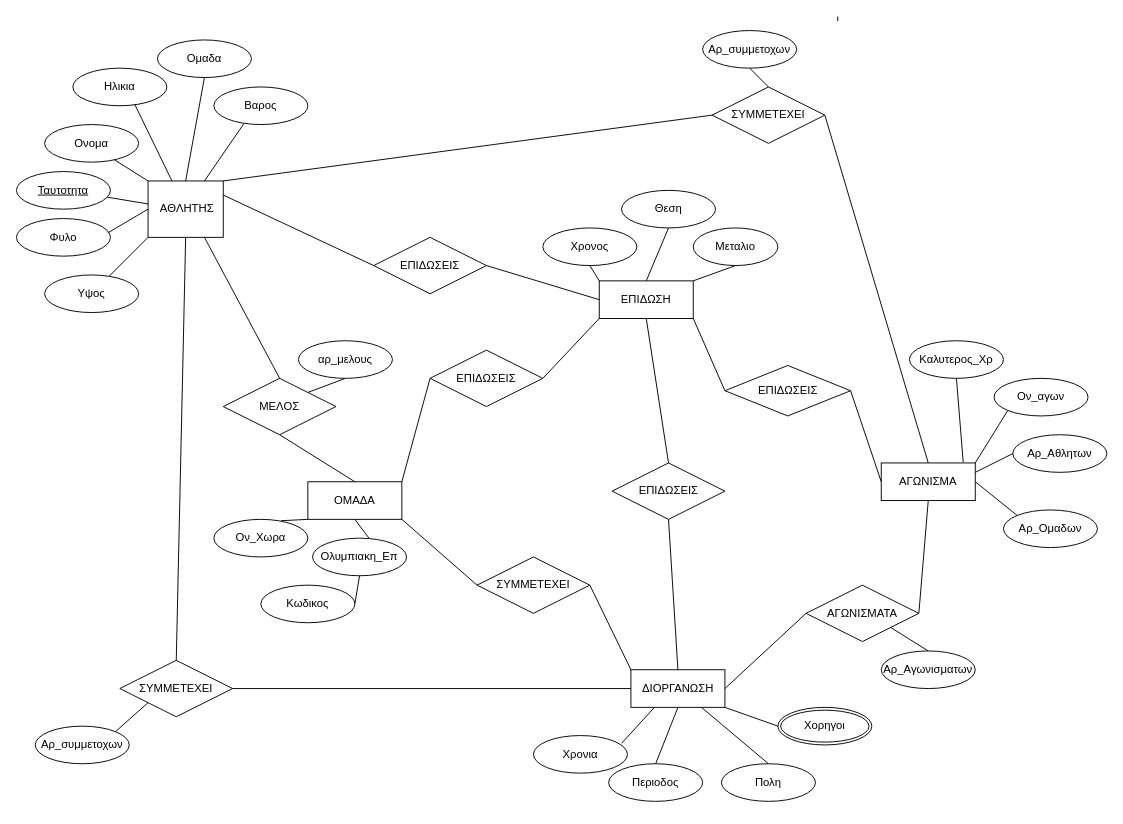
Before: OS-DatabasesProject.drawio in SpyrosGew/Olympic_Games-DBProject, a draw.io diagram. Source tidied: cells renumbered, new cells numbered last; positions are measured from the earlier drawing's top-left corner, leaving out a move shared by most shapes. Both pictures are drawn from the tidied source at 94%, with x=0, y=0 at pixel (16, 16).
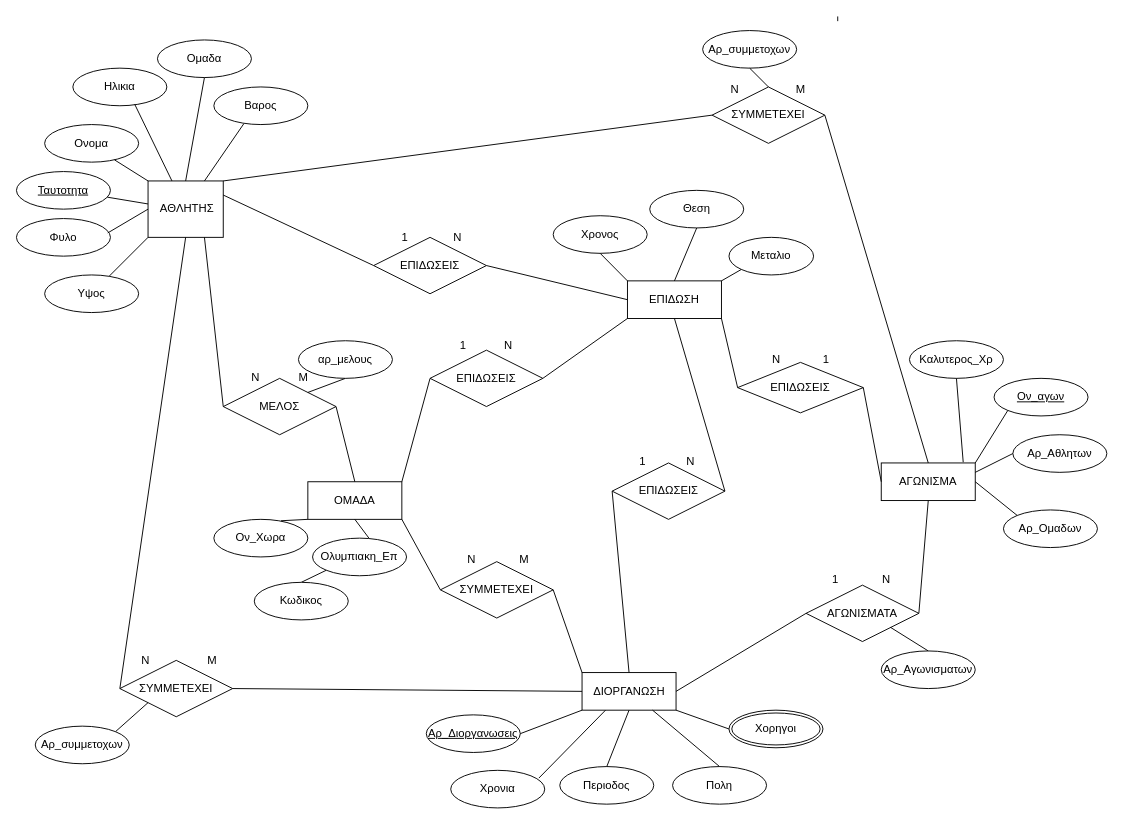
The same page after the edit.

Unchanged cells that the change refers to:
```xml
<mxCell id="2" value="&amp;nbsp;AΘΛΗΤΗΣ" style="rounded=0;whiteSpace=wrap;html=1;" parent="1" vertex="1">
  <mxGeometry x="140" y="175" width="80" height="60" as="geometry" />
</mxCell>
<mxCell id="17" value="ΣΥΜΜΕΤΕΧΕΙ" style="shape=rhombus;perimeter=rhombusPerimeter;whiteSpace=wrap;html=1;align=center;" parent="1" vertex="1">
  <mxGeometry x="110" y="685" width="120" height="60" as="geometry" />
</mxCell>
<mxCell id="18" value="ΜΕΛΟΣ" style="shape=rhombus;perimeter=rhombusPerimeter;whiteSpace=wrap;html=1;align=center;" parent="1" vertex="1">
  <mxGeometry x="220" y="385" width="120" height="60" as="geometry" />
</mxCell>
<mxCell id="23" value="ΟΜΑΔΑ" style="whiteSpace=wrap;html=1;align=center;" parent="1" vertex="1">
  <mxGeometry x="310" y="495" width="100" height="40" as="geometry" />
</mxCell>
<mxCell id="27" value="Ολυμπιακη_Επ" style="ellipse;whiteSpace=wrap;html=1;align=center;" parent="1" vertex="1">
  <mxGeometry x="315" y="555" width="100" height="40" as="geometry" />
</mxCell>
<mxCell id="59" value="ΕΠΙΔΩΣΕΙΣ" style="shape=rhombus;perimeter=rhombusPerimeter;whiteSpace=wrap;html=1;align=center;" parent="1" vertex="1">
  <mxGeometry x="633.7" y="475" width="120" height="60" as="geometry" />
</mxCell>
```

Change to the diagram source:
```diff
@@
-    <mxCell id="20" style="endArrow=none;html=1;rounded=0;entryX=0.75;entryY=1;entryDx=0;entryDy=0;exitX=0.5;exitY=0;exitDx=0;exitDy=0;" parent="1" edge="1" source="18" target="2">
+    <mxCell id="20" style="endArrow=none;html=1;rounded=0;entryX=0.75;entryY=1;entryDx=0;entryDy=0;exitX=0;exitY=0.5;exitDx=0;exitDy=0;" parent="1" edge="1" source="18" target="2">
       <mxGeometry relative="1" as="geometry" />
     </mxCell>
-    <mxCell id="21" style="endArrow=none;html=1;rounded=0;entryX=0.5;entryY=1;entryDx=0;entryDy=0;exitX=0.5;exitY=0;exitDx=0;exitDy=0;" parent="1" edge="1" source="17" target="2">
+    <mxCell id="21" style="endArrow=none;html=1;rounded=0;entryX=0.5;entryY=1;entryDx=0;entryDy=0;exitX=0;exitY=0.5;exitDx=0;exitDy=0;" parent="1" edge="1" source="17" target="2">
       <mxGeometry relative="1" as="geometry" />
     </mxCell>
@@
-    <mxCell id="24" style="endArrow=none;html=1;rounded=0;entryX=0.5;entryY=1;entryDx=0;entryDy=0;exitX=0.5;exitY=0;exitDx=0;exitDy=0;" parent="1" edge="1" source="23" target="18">
+    <mxCell id="24" style="endArrow=none;html=1;rounded=0;entryX=1;entryY=0.5;entryDx=0;entryDy=0;exitX=0.5;exitY=0;exitDx=0;exitDy=0;" parent="1" edge="1" source="23" target="18">
       <mxGeometry relative="1" as="geometry" />
     </mxCell>
@@
     <mxCell id="29" value="ΔΙΟΡΓΑΝΩΣΗ" style="whiteSpace=wrap;html=1;align=center;" parent="1" vertex="1">
-      <mxGeometry x="653.7" y="695" width="100" height="40" as="geometry" />
+      <mxGeometry x="601.7" y="698" width="100" height="40" as="geometry" />
     </mxCell>
     <mxCell id="30" value="ΣΥΜΜΕΤΕΧΕΙ" style="shape=rhombus;perimeter=rhombusPerimeter;whiteSpace=wrap;html=1;align=center;" parent="1" vertex="1">
-      <mxGeometry x="490" y="575" width="120" height="60" as="geometry" />
+      <mxGeometry x="451" y="580" width="120" height="60" as="geometry" />
     </mxCell>
@@
     <mxCell id="33" value="Χρονια" style="ellipse;whiteSpace=wrap;html=1;align=center;" parent="1" vertex="1">
-      <mxGeometry x="550" y="765" width="100" height="40" as="geometry" />
+      <mxGeometry x="462" y="802" width="100" height="40" as="geometry" />
     </mxCell>
@@
     <mxCell id="35" value="Πολη" style="ellipse;whiteSpace=wrap;html=1;align=center;" parent="1" vertex="1">
-      <mxGeometry x="750" y="795" width="100" height="40" as="geometry" />
+      <mxGeometry x="698" y="798" width="100" height="40" as="geometry" />
     </mxCell>
@@
     <mxCell id="37" value="Περιοδος" style="ellipse;whiteSpace=wrap;html=1;align=center;" parent="1" vertex="1">
-      <mxGeometry x="630" y="795" width="100" height="40" as="geometry" />
+      <mxGeometry x="578" y="798" width="100" height="40" as="geometry" />
     </mxCell>
@@
-    <mxCell id="45" value="Ον_αγων" style="ellipse;whiteSpace=wrap;html=1;align=center;" parent="1" vertex="1">
+    <mxCell id="45" value="&lt;u&gt;Ον_αγων&lt;/u&gt;" style="ellipse;whiteSpace=wrap;html=1;align=center;" parent="1" vertex="1">
       <mxGeometry x="1040" y="385" width="100" height="40" as="geometry" />
     </mxCell>
@@
-    <mxCell id="47" style="endArrow=none;html=1;rounded=0;exitX=0.5;exitY=1;exitDx=0;exitDy=0;entryX=1;entryY=0.5;entryDx=0;entryDy=0;" parent="1" edge="1" source="27" target="48">
+    <mxCell id="47" style="endArrow=none;html=1;rounded=0;exitX=0;exitY=1;exitDx=0;exitDy=0;entryX=0.5;entryY=0;entryDx=0;entryDy=0;" parent="1" edge="1" source="27" target="48">
       <mxGeometry relative="1" as="geometry" />
     </mxCell>
     <mxCell id="48" value="Κωδικος" style="ellipse;whiteSpace=wrap;html=1;align=center;" parent="1" vertex="1">
-      <mxGeometry x="260" y="605" width="100" height="40" as="geometry" />
+      <mxGeometry x="253" y="602" width="100" height="40" as="geometry" />
     </mxCell>
     <mxCell id="49" value="ΕΠΙΔΩΣΗ" style="whiteSpace=wrap;html=1;align=center;" parent="1" vertex="1">
-      <mxGeometry x="620" y="281.3" width="100" height="40" as="geometry" />
+      <mxGeometry x="650" y="281.3" width="100" height="40" as="geometry" />
     </mxCell>
     <mxCell id="50" value="ΕΠΙΔΩΣΕΙΣ" style="shape=rhombus;perimeter=rhombusPerimeter;whiteSpace=wrap;html=1;align=center;rotation=0;" parent="1" vertex="1">
-      <mxGeometry x="753.7" y="371.3" width="133.7" height="53.7" as="geometry" />
+      <mxGeometry x="767.2" y="368" width="133.7" height="53.7" as="geometry" />
     </mxCell>
@@
     <mxCell id="56" value="Θεση" style="ellipse;whiteSpace=wrap;html=1;align=center;" parent="1" vertex="1">
-      <mxGeometry x="643.7" y="185" width="100" height="40" as="geometry" />
+      <mxGeometry x="673.7" y="185" width="100" height="40" as="geometry" />
     </mxCell>
     <mxCell id="57" value="Χρονος" style="ellipse;whiteSpace=wrap;html=1;align=center;" parent="1" vertex="1">
-      <mxGeometry x="560" y="225" width="100" height="40" as="geometry" />
+      <mxGeometry x="571" y="212" width="100" height="40" as="geometry" />
     </mxCell>
     <mxCell id="58" value="Μεταλιο" style="ellipse;whiteSpace=wrap;html=1;align=center;" parent="1" vertex="1">
-      <mxGeometry x="720" y="225" width="90" height="40" as="geometry" />
+      <mxGeometry x="758" y="235" width="90" height="40" as="geometry" />
     </mxCell>
@@
-    <mxCell id="60" style="endArrow=none;html=1;rounded=0;exitX=0.5;exitY=0;exitDx=0;exitDy=0;entryX=0.5;entryY=1;entryDx=0;entryDy=0;" parent="1" edge="1" source="29" target="59">
+    <mxCell id="60" style="endArrow=none;html=1;rounded=0;exitX=0.5;exitY=0;exitDx=0;exitDy=0;entryX=0;entryY=0.5;entryDx=0;entryDy=0;" parent="1" edge="1" source="29" target="59">
       <mxGeometry relative="1" as="geometry" />
     </mxCell>
-    <mxCell id="61" style="endArrow=none;html=1;rounded=0;entryX=0.5;entryY=1;entryDx=0;entryDy=0;exitX=0.5;exitY=0;exitDx=0;exitDy=0;" parent="1" edge="1" source="59" target="49">
+    <mxCell id="61" style="endArrow=none;html=1;rounded=0;entryX=0.5;entryY=1;entryDx=0;entryDy=0;exitX=1;exitY=0.5;exitDx=0;exitDy=0;" parent="1" edge="1" source="59" target="49">
       <mxGeometry relative="1" as="geometry" />
     </mxCell>
@@
-    <mxCell id="64" style="endArrow=none;html=1;rounded=0;entryX=0.5;entryY=1;entryDx=0;entryDy=0;exitX=1;exitY=0;exitDx=0;exitDy=0;" parent="1" edge="1" source="49" target="58">
+    <mxCell id="64" style="endArrow=none;html=1;rounded=0;entryX=0;entryY=1;entryDx=0;entryDy=0;exitX=1;exitY=0;exitDx=0;exitDy=0;" parent="1" edge="1" source="49" target="58">
       <mxGeometry relative="1" as="geometry" />
     </mxCell>
@@
     <mxCell id="74" value="Χορηγοι" style="ellipse;shape=doubleEllipse;margin=3;whiteSpace=wrap;html=1;align=center;" parent="1" vertex="1">
-      <mxGeometry x="810" y="735" width="100" height="40" as="geometry" />
+      <mxGeometry x="758" y="738" width="100" height="40" as="geometry" />
     </mxCell>
@@
+    <mxCell id="85" value="1" style="text;html=1;align=center;verticalAlign=middle;strokeColor=none;fillColor=none;" parent="1" vertex="1">
+      <mxGeometry x="400" y="222" width="25" height="26" as="geometry" />
+    </mxCell>
+    <mxCell id="86" value="N" style="text;html=1;align=center;verticalAlign=middle;strokeColor=none;fillColor=none;" parent="1" vertex="1">
+      <mxGeometry x="455" y="222" width="27" height="26" as="geometry" />
+    </mxCell>
+    <mxCell id="87" value="1" style="text;html=1;align=center;verticalAlign=middle;strokeColor=none;fillColor=none;" parent="1" vertex="1">
+      <mxGeometry x="462" y="337" width="25" height="26" as="geometry" />
+    </mxCell>
+    <mxCell id="88" value="N" style="text;html=1;align=center;verticalAlign=middle;strokeColor=none;fillColor=none;" parent="1" vertex="1">
+      <mxGeometry x="509" y="337" width="27" height="26" as="geometry" />
+    </mxCell>
+    <mxCell id="89" value="N" style="text;html=1;align=center;verticalAlign=middle;strokeColor=none;fillColor=none;" parent="1" vertex="1">
+      <mxGeometry x="240" y="371.3" width="27" height="26" as="geometry" />
+    </mxCell>
+    <mxCell id="90" value="M" style="text;html=1;align=center;verticalAlign=middle;strokeColor=none;fillColor=none;" parent="1" vertex="1">
+      <mxGeometry x="291" y="371.3" width="28" height="26" as="geometry" />
+    </mxCell>
+    <mxCell id="91" value="N" style="text;html=1;align=center;verticalAlign=middle;strokeColor=none;fillColor=none;" parent="1" vertex="1">
+      <mxGeometry x="470" y="565" width="27" height="26" as="geometry" />
+    </mxCell>
+    <mxCell id="92" value="M" style="text;html=1;align=center;verticalAlign=middle;strokeColor=none;fillColor=none;" parent="1" vertex="1">
+      <mxGeometry x="526" y="565" width="28" height="26" as="geometry" />
+    </mxCell>
+    <mxCell id="93" value="N" style="text;html=1;align=center;verticalAlign=middle;strokeColor=none;fillColor=none;" parent="1" vertex="1">
+      <mxGeometry x="123" y="672" width="27" height="26" as="geometry" />
+    </mxCell>
+    <mxCell id="94" value="M" style="text;html=1;align=center;verticalAlign=middle;strokeColor=none;fillColor=none;" parent="1" vertex="1">
+      <mxGeometry x="194" y="672" width="28" height="26" as="geometry" />
+    </mxCell>
+    <mxCell id="95" value="1" style="text;html=1;align=center;verticalAlign=middle;strokeColor=none;fillColor=none;" parent="1" vertex="1">
+      <mxGeometry x="653" y="461" width="25" height="26" as="geometry" />
+    </mxCell>
+    <mxCell id="96" value="N" style="text;html=1;align=center;verticalAlign=middle;strokeColor=none;fillColor=none;" parent="1" vertex="1">
+      <mxGeometry x="703" y="461" width="27" height="26" as="geometry" />
+    </mxCell>
+    <mxCell id="97" value="1" style="text;html=1;align=center;verticalAlign=middle;strokeColor=none;fillColor=none;" parent="1" vertex="1">
+      <mxGeometry x="848" y="352" width="25" height="26" as="geometry" />
+    </mxCell>
+    <mxCell id="98" value="N" style="text;html=1;align=center;verticalAlign=middle;strokeColor=none;fillColor=none;" parent="1" vertex="1">
+      <mxGeometry x="794.5" y="352" width="27" height="26" as="geometry" />
+    </mxCell>
+    <mxCell id="99" value="N" style="text;html=1;align=center;verticalAlign=middle;strokeColor=none;fillColor=none;" parent="1" vertex="1">
+      <mxGeometry x="750" y="65" width="27" height="26" as="geometry" />
+    </mxCell>
+    <mxCell id="100" value="M" style="text;html=1;align=center;verticalAlign=middle;strokeColor=none;fillColor=none;" parent="1" vertex="1">
+      <mxGeometry x="820" y="65" width="28" height="26" as="geometry" />
+    </mxCell>
+    <mxCell id="101" value="1" style="text;html=1;align=center;verticalAlign=middle;strokeColor=none;fillColor=none;" parent="1" vertex="1">
+      <mxGeometry x="858" y="586" width="25" height="26" as="geometry" />
+    </mxCell>
+    <mxCell id="102" value="N" style="text;html=1;align=center;verticalAlign=middle;strokeColor=none;fillColor=none;" parent="1" vertex="1">
+      <mxGeometry x="911" y="586" width="27" height="26" as="geometry" />
+    </mxCell>
+    <mxCell id="103" value="Αρ_Διοργανωσεις" style="ellipse;whiteSpace=wrap;html=1;align=center;fontStyle=4;" parent="1" vertex="1">
+      <mxGeometry x="436" y="743" width="100" height="40" as="geometry" />
+    </mxCell>
+    <mxCell id="104" style="endArrow=none;html=1;rounded=0;entryX=0;entryY=1;entryDx=0;entryDy=0;exitX=1;exitY=0.5;exitDx=0;exitDy=0;" parent="1" edge="1" source="103" target="29">
+      <mxGeometry relative="1" as="geometry" />
+    </mxCell>
```
